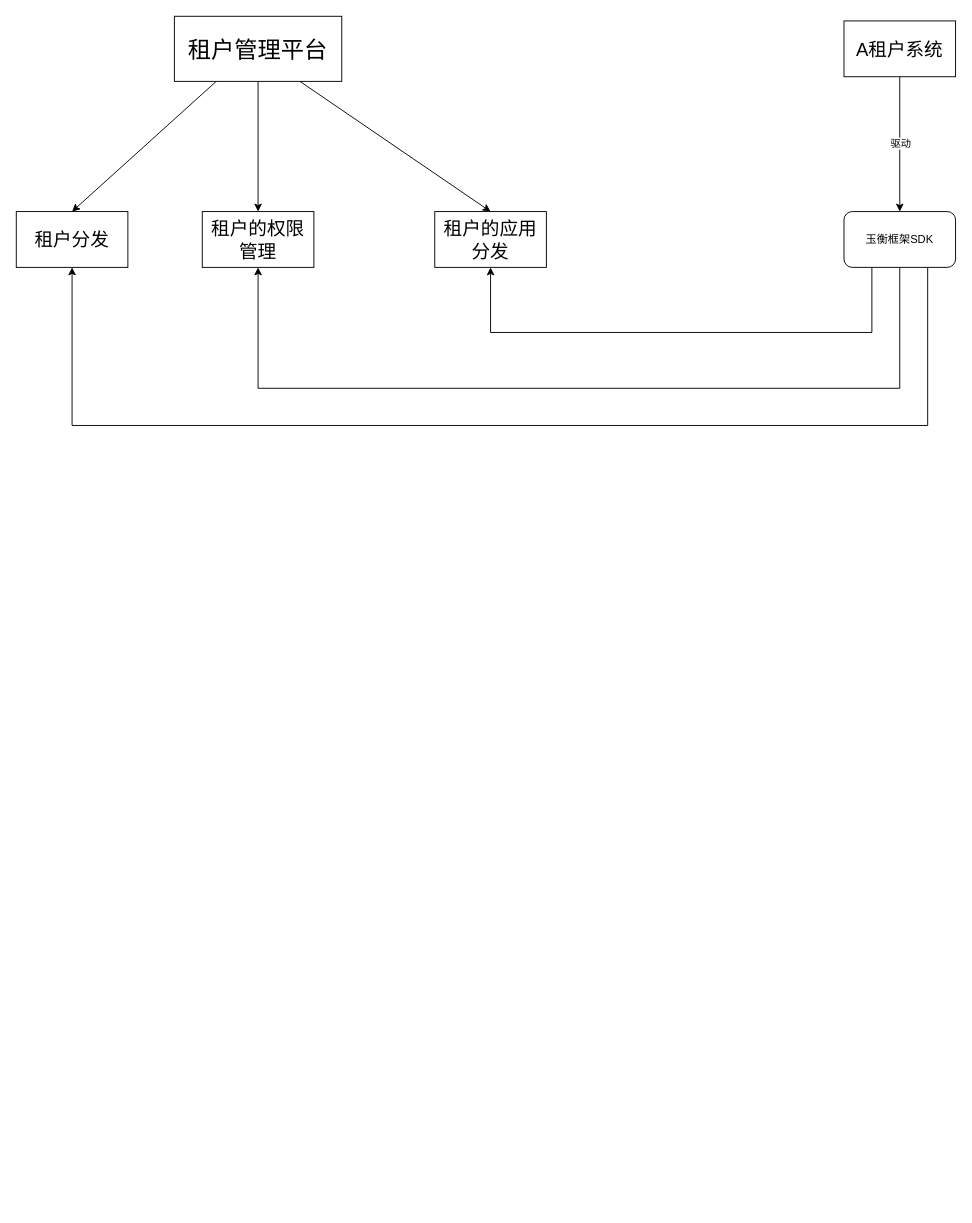
huanglian666/flow-chart keeps this draw.io diagram as 未命名绘图.drawio. Above is the earlier version. Source tidied: cells renumbered, new cells numbered last; positions are measured from the earlier drawing's top-left corner, leaving out a move shared by most shapes. Both pictures are drawn from the tidied source at 93%, with x=0, y=0 at pixel (16, 16).
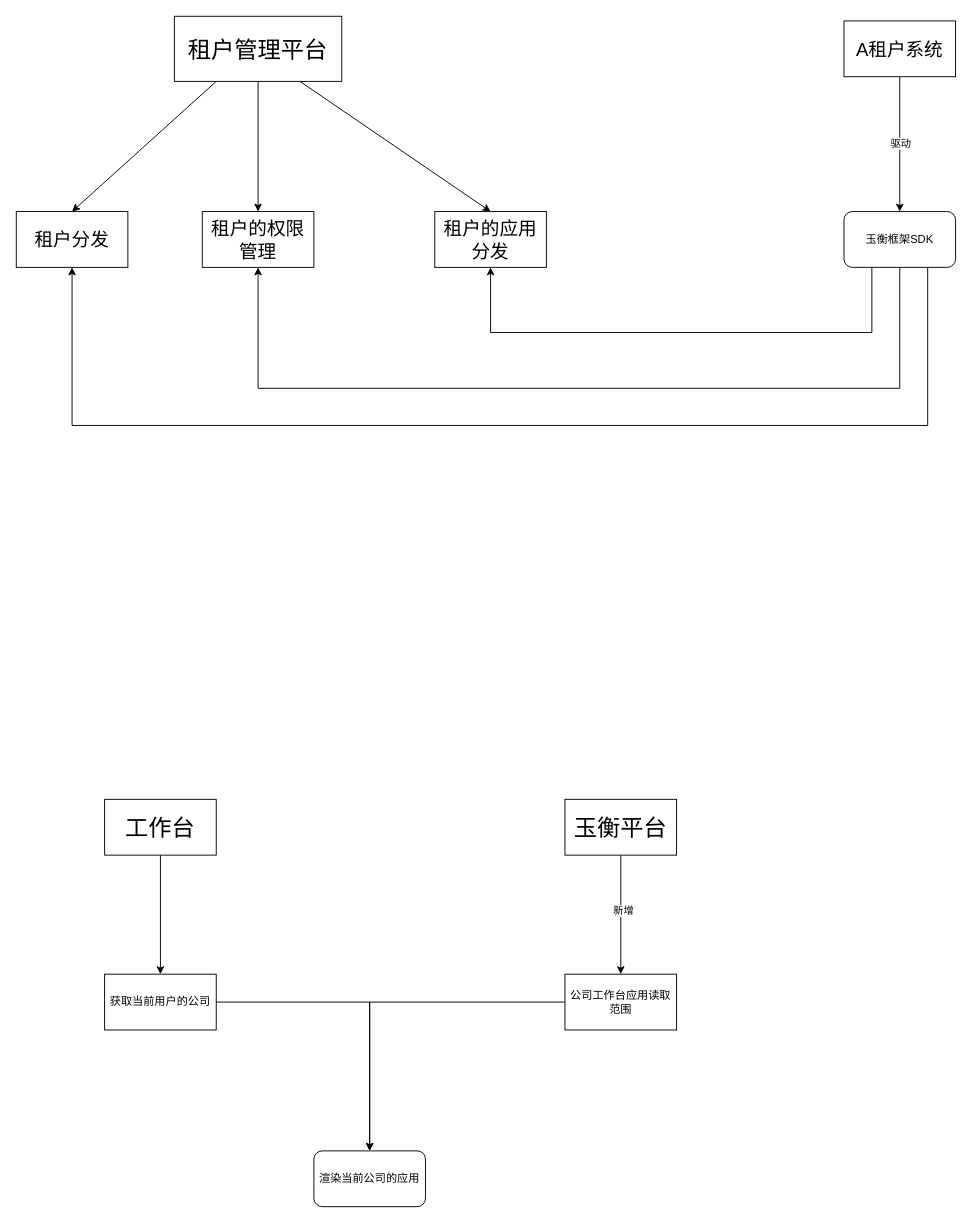
The same page after the edit.

Commit message:
更新未命名绘图2.drawio

Change to the diagram source:
```diff
@@
+    <mxCell id="16" style="edgeStyle=orthogonalEdgeStyle;rounded=0;jettySize=auto;html=1;exitX=0.5;exitY=1;exitDx=0;exitDy=0;entryX=0.5;entryY=0;entryDx=0;entryDy=0;" parent="1" edge="1" source="17" target="24">
+      <mxGeometry relative="1" as="geometry" />
+    </mxCell>
+    <mxCell id="17" value="&lt;font style=&quot;font-size: 25px;&quot;&gt;工作台&lt;/font&gt;" style="rounded=0;whiteSpace=wrap;html=1;" parent="1" vertex="1">
+      <mxGeometry x="95" y="842" width="120" height="60" as="geometry" />
+    </mxCell>
+    <mxCell id="18" style="edgeStyle=orthogonalEdgeStyle;rounded=0;jettySize=auto;html=1;exitX=0.5;exitY=1;exitDx=0;exitDy=0;entryX=0.5;entryY=0;entryDx=0;entryDy=0;" parent="1" edge="1" source="20" target="22">
+      <mxGeometry relative="1" as="geometry" />
+    </mxCell>
+    <mxCell id="19" value="新增" style="edgeLabel;html=1;align=center;verticalAlign=middle;" parent="18" vertex="1">
+      <mxGeometry x="-0.08" y="2" relative="1" as="geometry" />
+    </mxCell>
+    <mxCell id="20" value="&lt;font style=&quot;font-size: 25px;&quot;&gt;玉衡平台&lt;/font&gt;" style="rounded=0;whiteSpace=wrap;html=1;" parent="1" vertex="1">
+      <mxGeometry x="590" y="842" width="120" height="60" as="geometry" />
+    </mxCell>
+    <mxCell id="21" style="edgeStyle=orthogonalEdgeStyle;rounded=0;jettySize=auto;html=1;exitX=0;exitY=0.5;exitDx=0;exitDy=0;" parent="1" edge="1" source="22" target="25">
+      <mxGeometry relative="1" as="geometry" />
+    </mxCell>
+    <mxCell id="22" value="公司工作台应用读取范围" style="rounded=0;whiteSpace=wrap;html=1;" parent="1" vertex="1">
+      <mxGeometry x="590" y="1030" width="120" height="60" as="geometry" />
+    </mxCell>
+    <mxCell id="23" style="edgeStyle=orthogonalEdgeStyle;rounded=0;jettySize=auto;html=1;exitX=1;exitY=0.5;exitDx=0;exitDy=0;entryX=0.5;entryY=0;entryDx=0;entryDy=0;" parent="1" edge="1" source="24" target="25">
+      <mxGeometry relative="1" as="geometry" />
+    </mxCell>
+    <mxCell id="24" value="获取当前用户的公司" style="rounded=0;whiteSpace=wrap;html=1;" parent="1" vertex="1">
+      <mxGeometry x="95" y="1030" width="120" height="60" as="geometry" />
+    </mxCell>
+    <mxCell id="25" value="渲染当前公司的应用" style="rounded=1;whiteSpace=wrap;html=1;" parent="1" vertex="1">
+      <mxGeometry x="320" y="1220" width="120" height="60" as="geometry" />
+    </mxCell>
```
